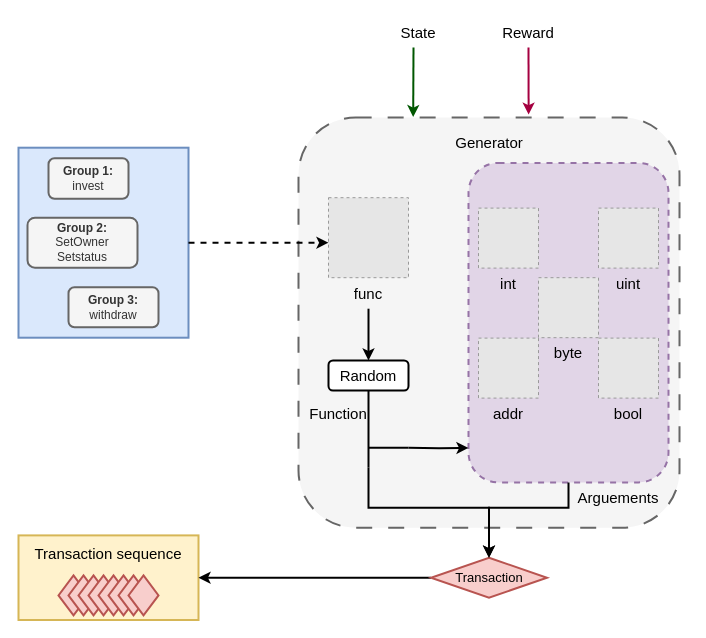
Before: generator.drawio in reuvenb-nub/novel-smartcontract-fuzzing, a draw.io diagram. Source tidied: cells renumbered, new cells numbered last; positions are measured from the earlier drawing's top-left corner, leaving out a move shared by most shapes. Both pictures are drawn from the tidied source at 100%, with x=0, y=0 at pixel (18, 17). Pictures stored in the file or linked from it are replaced by grey dashed boxes.
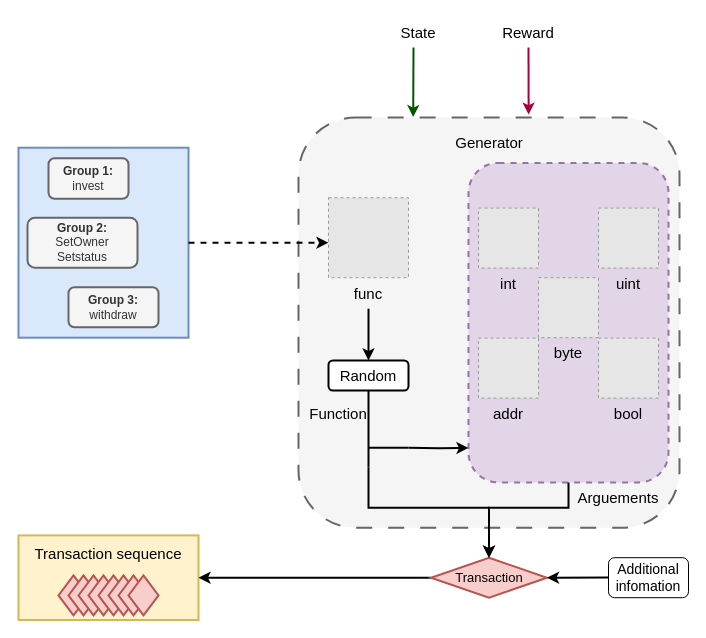
The same diagram, later.

Unchanged cells that the change refers to:
```xml
<mxCell id="34" value="&lt;font style=&quot;font-size: 13px;&quot;&gt;Transaction&lt;/font&gt;" style="rhombus;whiteSpace=wrap;html=1;strokeWidth=2;fillColor=#f8cecc;strokeColor=#b85450;" parent="1" vertex="1">
  <mxGeometry x="412.5" y="540.2" width="116" height="40" as="geometry" />
</mxCell>
```

What changed in the source:
```diff
@@
+    <mxCell id="56" value="&lt;font style=&quot;font-size: 14px;&quot;&gt;Additional infomation&lt;/font&gt;" style="rounded=1;whiteSpace=wrap;html=1;" parent="1" vertex="1">
+      <mxGeometry x="590" y="540.2" width="80" height="40" as="geometry" />
+    </mxCell>
+    <mxCell id="57" style="endArrow=classic;html=1;rounded=0;entryX=1;entryY=0.5;entryDx=0;entryDy=0;strokeWidth=2;" parent="1" edge="1" target="34">
+      <mxGeometry relative="1" as="geometry">
+        <mxPoint x="590" y="560" as="sourcePoint" />
+      </mxGeometry>
+    </mxCell>
```
